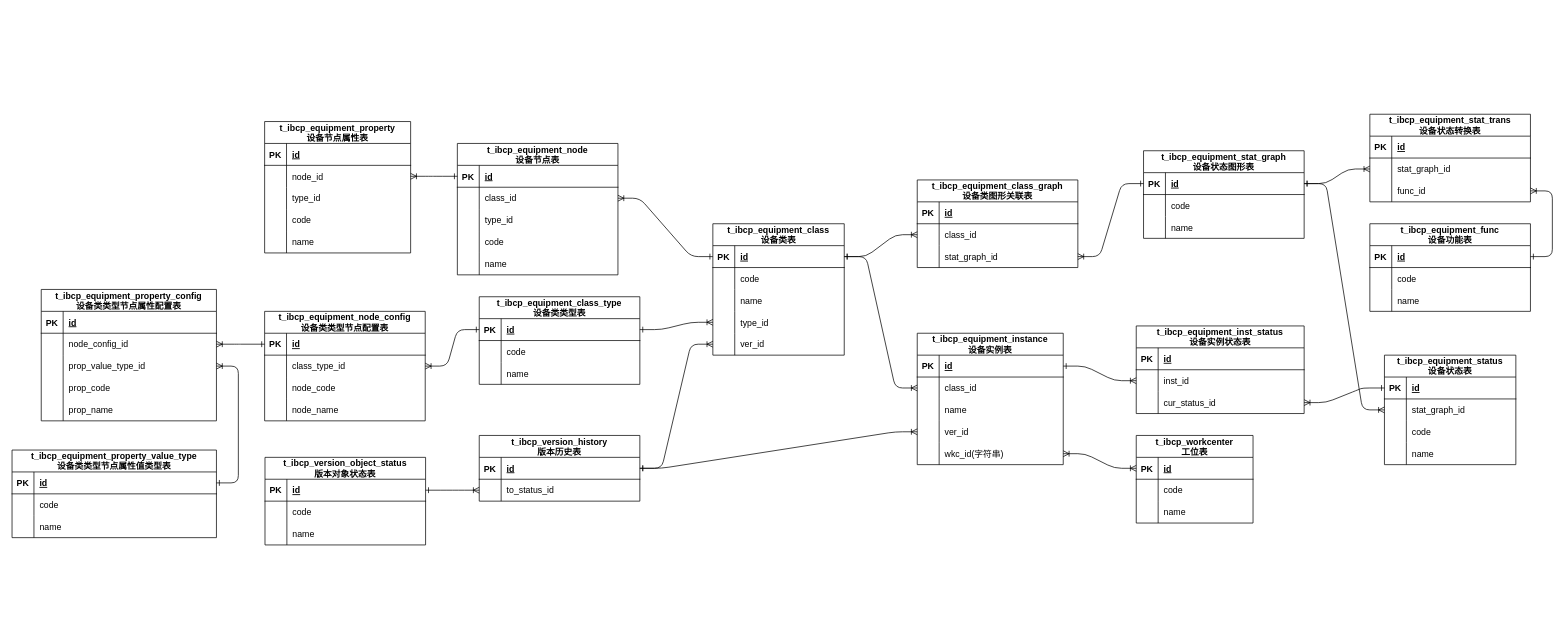
Before: page "设备" (10 of 10) of mes/db.drawio in FreshCabbage666/drawio, a draw.io diagram. Source tidied: cells renumbered, new cells numbered last; positions are measured from the earlier drawing's top-left corner, leaving out a move shared by most shapes. Both pictures are drawn from the tidied source at 73%, with x=0, y=0 at pixel (12, 114).
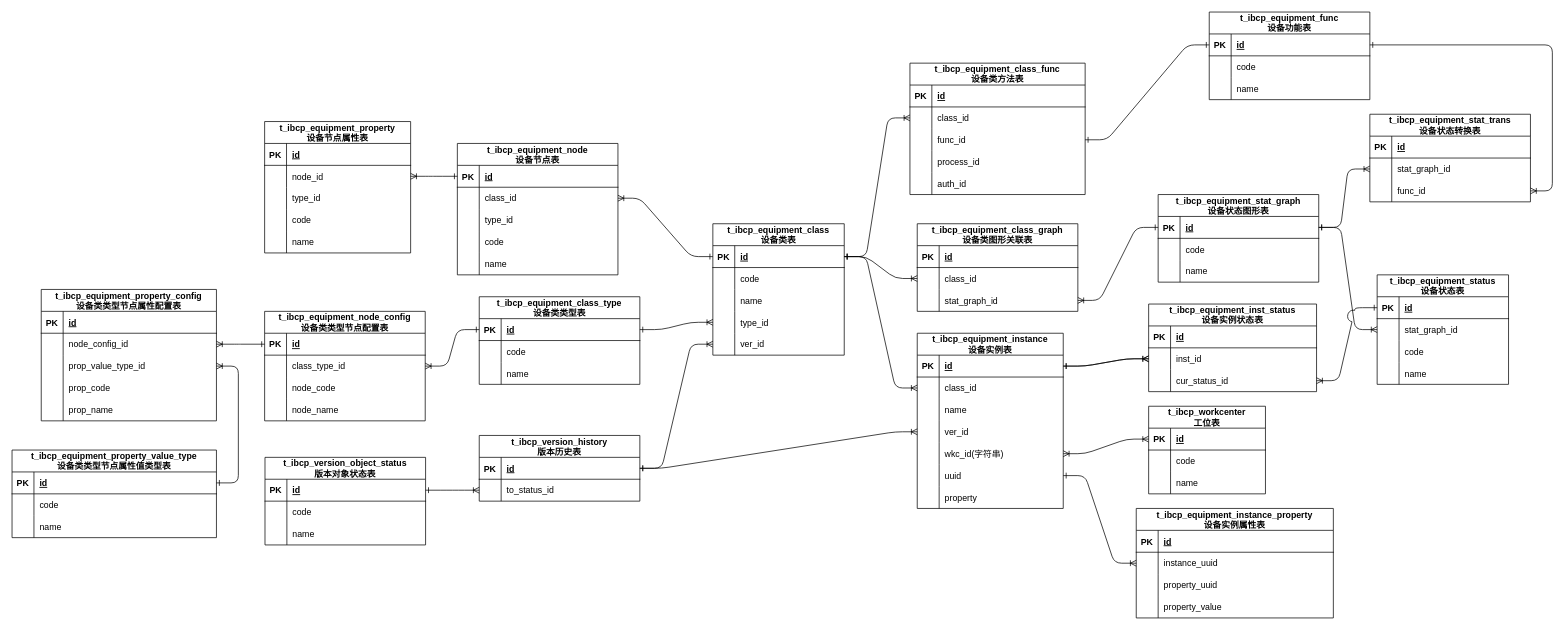
The same page after the edit.

Unchanged cells that the change refers to:
```xml
<mxCell id="3" style="shape=partialRectangle;fillColor=none;points=[[0,0.5],[1,0.5]];portConstraint=eastwest;top=0;left=0;right=0;bottom=1;" parent="2" vertex="1">
  <mxGeometry y="30" width="180" height="30" as="geometry" />
</mxCell>
<mxCell id="60" style="shape=partialRectangle;fillColor=none;points=[[0,0.5],[1,0.5]];portConstraint=eastwest;top=0;left=0;right=0;bottom=1;" parent="59" vertex="1">
  <mxGeometry y="30" width="200" height="30" as="geometry" />
</mxCell>
<mxCell id="116" style="shape=partialRectangle;fillColor=none;points=[[0,0.5],[1,0.5]];portConstraint=eastwest;top=0;left=0;right=0;bottom=0;" parent="112" vertex="1">
  <mxGeometry y="60" width="230" height="30" as="geometry" />
</mxCell>
<mxCell id="136" style="shape=partialRectangle;fillColor=none;points=[[0,0.5],[1,0.5]];portConstraint=eastwest;top=0;left=0;right=0;bottom=1;" parent="135" vertex="1">
  <mxGeometry y="30" width="220" height="30" as="geometry" />
</mxCell>
```

Change to the diagram source:
```diff
@@
     <mxCell id="48" value="t_ibcp_equipment_class_graph&#10;设备类图形关联表" style="shape=table;startSize=30;childLayout=tableLayout;rowLines=0;fontStyle=1;align=center;" parent="1" vertex="1">
-      <mxGeometry x="1240" y="90" width="220" height="120" as="geometry" />
+      <mxGeometry x="1240" y="150" width="220" height="120" as="geometry" />
     </mxCell>
@@
     <mxCell id="59" value="t_ibcp_equipment_instance&#10;设备实例表" style="shape=table;startSize=30;childLayout=tableLayout;rowLines=0;fontStyle=1;align=center;" parent="1" vertex="1">
-      <mxGeometry x="1240" y="300" width="200" height="180" as="geometry" />
+      <mxGeometry x="1240" y="300" width="200" height="240" as="geometry" />
     </mxCell>
@@
+    <mxCell id="223" style="shape=partialRectangle;fillColor=none;points=[[0,0.5],[1,0.5]];portConstraint=eastwest;top=0;left=0;right=0;bottom=0;" parent="59" vertex="1">
+      <mxGeometry y="180" width="200" height="30" as="geometry" />
+    </mxCell>
+    <mxCell id="224" style="shape=partialRectangle;overflow=hidden;fillColor=none;top=0;left=0;bottom=0;right=0;" parent="223" vertex="1">
+      <mxGeometry width="30" height="30" as="geometry" />
+    </mxCell>
+    <mxCell id="225" value="uuid" style="shape=partialRectangle;overflow=hidden;fillColor=none;top=0;left=0;bottom=0;right=0;align=left;spacingLeft=6;" parent="223" vertex="1">
+      <mxGeometry x="30" width="170" height="30" as="geometry" />
+    </mxCell>
+    <mxCell id="226" style="shape=partialRectangle;fillColor=none;top=0;left=0;right=0;bottom=0;" parent="59" vertex="1">
+      <mxGeometry y="210" width="200" height="30" as="geometry" />
+    </mxCell>
+    <mxCell id="227" style="shape=partialRectangle;overflow=hidden;fillColor=none;top=0;left=0;bottom=0;right=0;" parent="226" vertex="1">
+      <mxGeometry width="30" height="30" as="geometry" />
+    </mxCell>
+    <mxCell id="228" value="property" style="shape=partialRectangle;overflow=hidden;fillColor=none;top=0;left=0;bottom=0;right=0;align=left;spacingLeft=6;" parent="226" vertex="1">
+      <mxGeometry x="30" width="170" height="30" as="geometry" />
+    </mxCell>
@@
     <mxCell id="76" value="t_ibcp_workcenter&#10;工位表" style="shape=table;startSize=30;childLayout=tableLayout;rowLines=0;fontStyle=1;align=center;" parent="1" vertex="1">
-      <mxGeometry x="1540" y="440" width="160" height="120" as="geometry" />
+      <mxGeometry x="1557" y="400" width="160" height="120" as="geometry" />
     </mxCell>
@@
     <mxCell id="87" value="t_ibcp_equipment_stat_graph&#10;设备状态图形表" style="shape=table;startSize=30;childLayout=tableLayout;rowLines=0;fontStyle=1;align=center;" parent="1" vertex="1">
-      <mxGeometry x="1550" y="50" width="220" height="120" as="geometry" />
+      <mxGeometry x="1570" y="110" width="220" height="120" as="geometry" />
     </mxCell>
@@
     <mxCell id="98" value="t_ibcp_equipment_status&#10;设备状态表" style="shape=table;startSize=30;childLayout=tableLayout;rowLines=0;fontStyle=1;align=center;" parent="1" vertex="1">
-      <mxGeometry x="1880" y="330" width="180" height="150" as="geometry" />
+      <mxGeometry x="1870" y="220" width="180" height="150" as="geometry" />
     </mxCell>
@@
     <mxCell id="112" value="t_ibcp_equipment_inst_status&#10;设备实例状态表" style="shape=table;startSize=30;childLayout=tableLayout;rowLines=0;fontStyle=1;align=center;" parent="1" vertex="1">
-      <mxGeometry x="1540" y="290" width="230" height="120" as="geometry" />
+      <mxGeometry x="1557" y="260" width="230" height="120" as="geometry" />
     </mxCell>
@@
     <mxCell id="135" value="t_ibcp_equipment_func&#10;设备功能表" style="shape=table;startSize=30;childLayout=tableLayout;rowLines=0;fontStyle=1;align=center;" parent="1" vertex="1">
-      <mxGeometry x="1860" y="150" width="220" height="120" as="geometry" />
+      <mxGeometry x="1640" y="-140" width="220" height="120" as="geometry" />
     </mxCell>
@@
+    <mxCell id="229" value="t_ibcp_equipment_class_func&#10;设备类方法表" style="shape=table;startSize=30;childLayout=tableLayout;rowLines=0;fontStyle=1;align=center;" parent="1" vertex="1">
+      <mxGeometry x="1230" y="-70" width="240" height="180" as="geometry" />
+    </mxCell>
+    <mxCell id="230" style="shape=partialRectangle;fillColor=none;top=0;left=0;right=0;bottom=1;" parent="229" vertex="1">
+      <mxGeometry y="30" width="240" height="30" as="geometry" />
+    </mxCell>
+    <mxCell id="231" value="PK" style="shape=partialRectangle;overflow=hidden;fillColor=none;top=0;left=0;bottom=0;right=0;fontStyle=1;" parent="230" vertex="1">
+      <mxGeometry width="30" height="30" as="geometry" />
+    </mxCell>
+    <mxCell id="232" value="id" style="shape=partialRectangle;overflow=hidden;fillColor=none;top=0;left=0;bottom=0;right=0;align=left;spacingLeft=6;fontStyle=5;" parent="230" vertex="1">
+      <mxGeometry x="30" width="210" height="30" as="geometry" />
+    </mxCell>
+    <mxCell id="233" style="shape=partialRectangle;fillColor=none;points=[[0,0.5],[1,0.5]];portConstraint=eastwest;top=0;left=0;right=0;bottom=0;" parent="229" vertex="1">
+      <mxGeometry y="60" width="240" height="30" as="geometry" />
+    </mxCell>
+    <mxCell id="234" style="shape=partialRectangle;overflow=hidden;fillColor=none;top=0;left=0;bottom=0;right=0;" parent="233" vertex="1">
+      <mxGeometry width="30" height="30" as="geometry" />
+    </mxCell>
+    <mxCell id="235" value="class_id" style="shape=partialRectangle;overflow=hidden;fillColor=none;top=0;left=0;bottom=0;right=0;align=left;spacingLeft=6;" parent="233" vertex="1">
+      <mxGeometry x="30" width="210" height="30" as="geometry" />
+    </mxCell>
+    <mxCell id="236" style="shape=partialRectangle;fillColor=none;points=[[0,0.5],[1,0.5]];portConstraint=eastwest;top=0;left=0;right=0;bottom=0;" parent="229" vertex="1">
+      <mxGeometry y="90" width="240" height="30" as="geometry" />
+    </mxCell>
+    <mxCell id="237" style="shape=partialRectangle;overflow=hidden;fillColor=none;top=0;left=0;bottom=0;right=0;" parent="236" vertex="1">
+      <mxGeometry width="30" height="30" as="geometry" />
+    </mxCell>
+    <mxCell id="238" value="func_id" style="shape=partialRectangle;overflow=hidden;fillColor=none;top=0;left=0;bottom=0;right=0;align=left;spacingLeft=6;" parent="236" vertex="1">
+      <mxGeometry x="30" width="210" height="30" as="geometry" />
+    </mxCell>
+    <mxCell id="239" style="shape=partialRectangle;fillColor=none;top=0;left=0;right=0;bottom=0;" parent="229" vertex="1">
+      <mxGeometry y="120" width="240" height="30" as="geometry" />
+    </mxCell>
+    <mxCell id="240" style="shape=partialRectangle;overflow=hidden;fillColor=none;top=0;left=0;bottom=0;right=0;" parent="239" vertex="1">
+      <mxGeometry width="30" height="30" as="geometry" />
+    </mxCell>
+    <mxCell id="241" value="process_id" style="shape=partialRectangle;overflow=hidden;fillColor=none;top=0;left=0;bottom=0;right=0;align=left;spacingLeft=6;" parent="239" vertex="1">
+      <mxGeometry x="30" width="210" height="30" as="geometry" />
+    </mxCell>
+    <mxCell id="242" style="shape=partialRectangle;fillColor=none;top=0;left=0;right=0;bottom=0;" parent="229" vertex="1">
+      <mxGeometry y="150" width="240" height="30" as="geometry" />
+    </mxCell>
+    <mxCell id="243" style="shape=partialRectangle;overflow=hidden;fillColor=none;top=0;left=0;bottom=0;right=0;" parent="242" vertex="1">
+      <mxGeometry width="30" height="30" as="geometry" />
+    </mxCell>
+    <mxCell id="244" value="auth_id" style="shape=partialRectangle;overflow=hidden;fillColor=none;top=0;left=0;bottom=0;right=0;align=left;spacingLeft=6;" parent="242" vertex="1">
+      <mxGeometry x="30" width="210" height="30" as="geometry" />
+    </mxCell>
+    <mxCell id="245" style="edgeStyle=entityRelationEdgeStyle;endArrow=ERoneToMany;startArrow=ERone;endFill=0;startFill=0;" parent="1" edge="1" source="3" target="233">
+      <mxGeometry relative="1" as="geometry" />
+    </mxCell>
+    <mxCell id="246" style="edgeStyle=entityRelationEdgeStyle;endArrow=ERone;startArrow=ERone;endFill=0;startFill=0;" parent="1" edge="1" source="236" target="136">
+      <mxGeometry relative="1" as="geometry" />
+    </mxCell>
+    <mxCell id="247" value="t_ibcp_equipment_instance_property&#10;设备实例属性表" style="shape=table;startSize=30;childLayout=tableLayout;rowLines=0;fontStyle=1;align=center;" parent="1" vertex="1">
+      <mxGeometry x="1540" y="540" width="270" height="150" as="geometry" />
+    </mxCell>
+    <mxCell id="248" style="shape=partialRectangle;fillColor=none;top=0;left=0;right=0;bottom=1;" parent="247" vertex="1">
+      <mxGeometry y="30" width="270" height="30" as="geometry" />
+    </mxCell>
+    <mxCell id="249" value="PK" style="shape=partialRectangle;overflow=hidden;fillColor=none;top=0;left=0;bottom=0;right=0;fontStyle=1;" parent="248" vertex="1">
+      <mxGeometry width="30" height="30" as="geometry" />
+    </mxCell>
+    <mxCell id="250" value="id" style="shape=partialRectangle;overflow=hidden;fillColor=none;top=0;left=0;bottom=0;right=0;align=left;spacingLeft=6;fontStyle=5;" parent="248" vertex="1">
+      <mxGeometry x="30" width="240" height="30" as="geometry" />
+    </mxCell>
+    <mxCell id="251" style="shape=partialRectangle;fillColor=none;points=[[0,0.5],[1,0.5]];portConstraint=eastwest;top=0;left=0;right=0;bottom=0;" parent="247" vertex="1">
+      <mxGeometry y="60" width="270" height="30" as="geometry" />
+    </mxCell>
+    <mxCell id="252" style="shape=partialRectangle;overflow=hidden;fillColor=none;top=0;left=0;bottom=0;right=0;" parent="251" vertex="1">
+      <mxGeometry width="30" height="30" as="geometry" />
+    </mxCell>
+    <mxCell id="253" value="instance_uuid" style="shape=partialRectangle;overflow=hidden;fillColor=none;top=0;left=0;bottom=0;right=0;align=left;spacingLeft=6;" parent="251" vertex="1">
+      <mxGeometry x="30" width="240" height="30" as="geometry" />
+    </mxCell>
+    <mxCell id="254" style="shape=partialRectangle;fillColor=none;top=0;left=0;right=0;bottom=0;" parent="247" vertex="1">
+      <mxGeometry y="90" width="270" height="30" as="geometry" />
+    </mxCell>
+    <mxCell id="255" style="shape=partialRectangle;overflow=hidden;fillColor=none;top=0;left=0;bottom=0;right=0;" parent="254" vertex="1">
+      <mxGeometry width="30" height="30" as="geometry" />
+    </mxCell>
+    <mxCell id="256" value="property_uuid" style="shape=partialRectangle;overflow=hidden;fillColor=none;top=0;left=0;bottom=0;right=0;align=left;spacingLeft=6;" parent="254" vertex="1">
+      <mxGeometry x="30" width="240" height="30" as="geometry" />
+    </mxCell>
+    <mxCell id="257" style="shape=partialRectangle;fillColor=none;top=0;left=0;right=0;bottom=0;" parent="247" vertex="1">
+      <mxGeometry y="120" width="270" height="30" as="geometry" />
+    </mxCell>
+    <mxCell id="258" style="shape=partialRectangle;overflow=hidden;fillColor=none;top=0;left=0;bottom=0;right=0;" parent="257" vertex="1">
+      <mxGeometry width="30" height="30" as="geometry" />
+    </mxCell>
+    <mxCell id="259" value="property_value" style="shape=partialRectangle;overflow=hidden;fillColor=none;top=0;left=0;bottom=0;right=0;align=left;spacingLeft=6;" parent="257" vertex="1">
+      <mxGeometry x="30" width="240" height="30" as="geometry" />
+    </mxCell>
+    <mxCell id="260" style="edgeStyle=entityRelationEdgeStyle;endArrow=ERoneToMany;startArrow=ERone;endFill=0;startFill=0;" parent="1" edge="1" source="60" target="116">
+      <mxGeometry relative="1" as="geometry">
+        <Array as="points">
+          <mxPoint x="1380" y="600" />
+        </Array>
+      </mxGeometry>
+    </mxCell>
+    <mxCell id="261" style="edgeStyle=entityRelationEdgeStyle;endArrow=ERoneToMany;startArrow=ERone;endFill=0;startFill=0;" parent="1" edge="1" source="223" target="251">
+      <mxGeometry relative="1" as="geometry">
+        <Array as="points">
+          <mxPoint x="1250" y="885" />
+        </Array>
+      </mxGeometry>
+    </mxCell>
```
